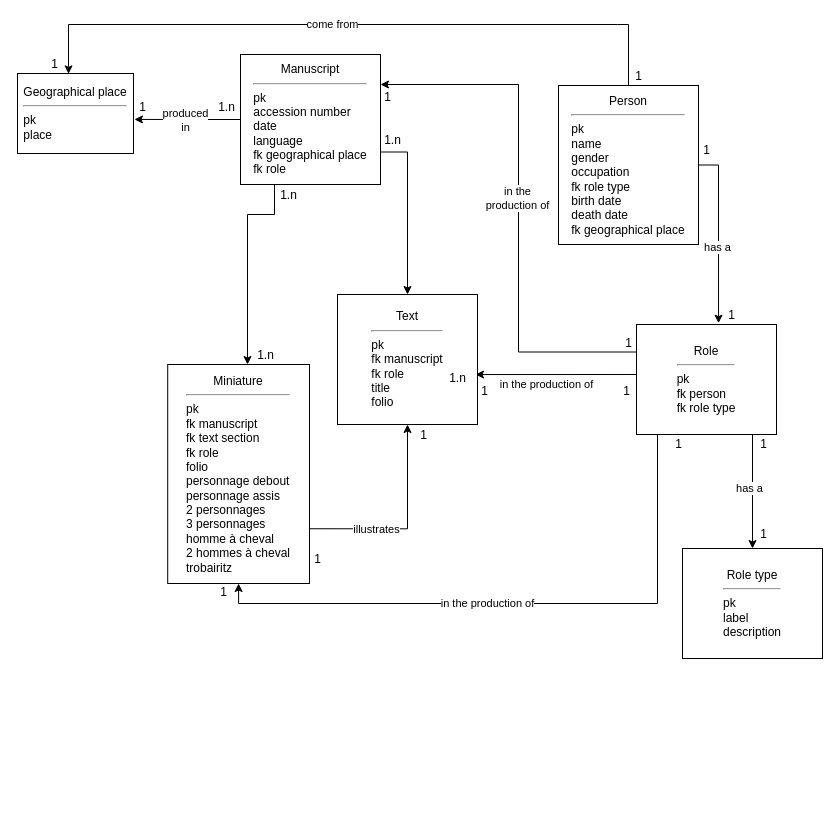
Earlier version of the draw.io diagram trobairitz.drawio (ellieiri/enluminures_trobairitz). Source tidied: cells renumbered, new cells numbered last; positions are measured from the earlier drawing's top-left corner, leaving out a move shared by most shapes. Both pictures are drawn from the tidied source at 100%, with x=0, y=0 at pixel (17, 24).
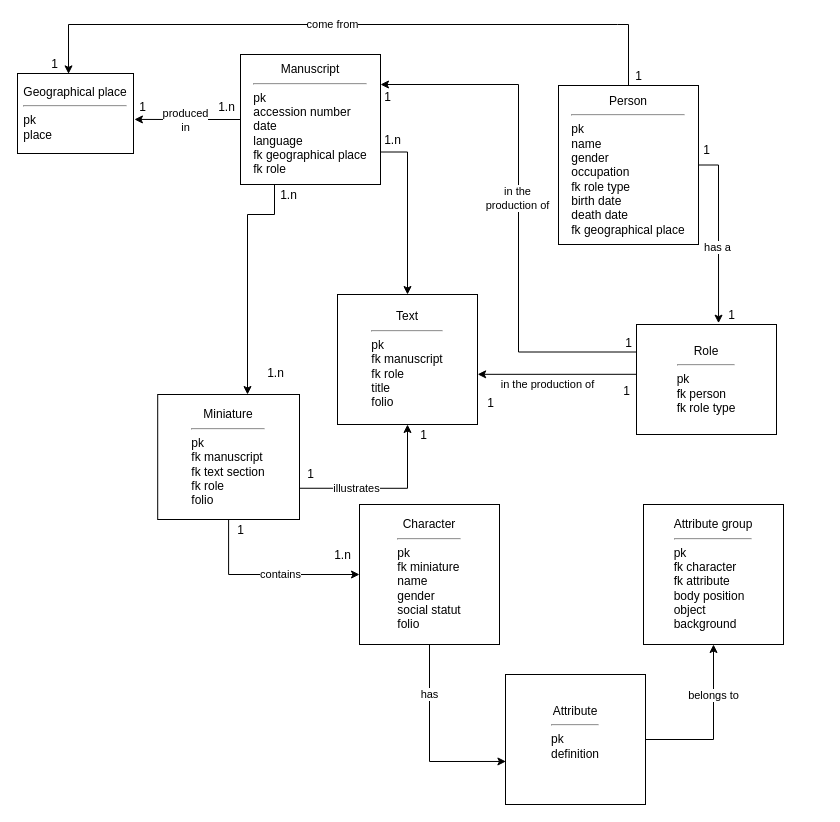
Above is the later version.

Commit message:
Mettre à jour trobairitz.drawio

Unchanged cells that the change refers to:
```xml
<mxCell id="14" value="&lt;div&gt;Role&lt;br&gt;&lt;/div&gt;&lt;div&gt;&lt;hr&gt;&lt;/div&gt;&lt;div align=&quot;left&quot;&gt;pk&lt;/div&gt;&lt;div align=&quot;left&quot;&gt;fk person&lt;/div&gt;&lt;div align=&quot;left&quot;&gt;fk role type&lt;br&gt;&lt;/div&gt;" style="rounded=0;whiteSpace=wrap;html=1;" parent="1" vertex="1">
  <mxGeometry x="619" y="300" width="140" height="110" as="geometry" />
</mxCell>
<mxCell id="18" value="&lt;div align=&quot;center&quot;&gt;Text&lt;/div&gt;&lt;div align=&quot;center&quot;&gt;&lt;hr&gt;&lt;/div&gt;&lt;div align=&quot;left&quot;&gt;pk&lt;/div&gt;&lt;div align=&quot;left&quot;&gt;fk manuscript&lt;br&gt;&lt;/div&gt;&lt;div align=&quot;left&quot;&gt;fk role&lt;br&gt;&lt;/div&gt;&lt;div align=&quot;left&quot;&gt;title&lt;/div&gt;&lt;div align=&quot;left&quot;&gt;folio&lt;/div&gt;" style="rounded=0;whiteSpace=wrap;html=1;align=center;" parent="1" vertex="1">
  <mxGeometry x="320" y="270" width="140" height="130" as="geometry" />
</mxCell>
```

Diff of the diagram source:
```diff
@@
-    <mxCell id="7" style="edgeStyle=orthogonalEdgeStyle;rounded=0;jettySize=auto;html=1;exitX=0.75;exitY=1;exitDx=0;exitDy=0;entryX=0.5;entryY=0;entryDx=0;entryDy=0;" parent="1" edge="1" source="14" target="26">
-      <mxGeometry relative="1" as="geometry">
-        <Array as="points">
-          <mxPoint x="735" y="410" />
-        </Array>
-      </mxGeometry>
-    </mxCell>
-    <mxCell id="8" value="has a" style="edgeLabel;html=1;align=center;verticalAlign=middle;" parent="7" vertex="1">
-      <mxGeometry x="-0.59" y="3" relative="1" as="geometry">
-        <mxPoint x="-7" y="38" as="offset" />
-      </mxGeometry>
-    </mxCell>
@@
-    <mxCell id="11" style="edgeStyle=orthogonalEdgeStyle;rounded=0;jettySize=auto;html=1;exitX=0.25;exitY=1;exitDx=0;exitDy=0;entryX=0.5;entryY=1;entryDx=0;entryDy=0;" parent="1" edge="1" source="14" target="17">
-      <mxGeometry relative="1" as="geometry">
-        <Array as="points">
-          <mxPoint x="640" y="410" />
-          <mxPoint x="640" y="579" />
-          <mxPoint x="221" y="579" />
-        </Array>
-      </mxGeometry>
-    </mxCell>
-    <mxCell id="12" value="in the production of" style="edgeLabel;html=1;align=center;verticalAlign=middle;" parent="11" vertex="1">
-      <mxGeometry x="0.14" y="-1" relative="1" as="geometry" />
-    </mxCell>
-    <mxCell id="13" value="in the production of" style="edgeStyle=orthogonalEdgeStyle;rounded=0;jettySize=auto;html=1;exitX=0.01;exitY=0.702;exitDx=0;exitDy=0;exitPerimeter=0;entryX=0.95;entryY=0.368;entryDx=0;entryDy=0;entryPerimeter=0;" parent="1" edge="1" target="25">
+    <mxCell id="13" value="in the production of" style="edgeStyle=orthogonalEdgeStyle;rounded=0;jettySize=auto;html=1;exitX=0.01;exitY=0.702;exitDx=0;exitDy=0;exitPerimeter=0;entryX=1.001;entryY=0.614;entryDx=0;entryDy=0;entryPerimeter=0;" parent="1" edge="1" target="18">
       <mxGeometry x="0.13" y="10" relative="1" as="geometry">
         <mxPoint x="619" y="348.2" as="sourcePoint" />
         <Array as="points">
           <mxPoint x="619" y="350" />
         </Array>
       </mxGeometry>
     </mxCell>
@@
+    <mxCell id="46" style="edgeStyle=orthogonalEdgeStyle;rounded=0;jettySize=auto;html=1;entryX=0;entryY=0.5;entryDx=0;entryDy=0;exitX=0.5;exitY=1;exitDx=0;exitDy=0;" parent="1" edge="1" source="17" target="52">
+      <mxGeometry relative="1" as="geometry" />
+    </mxCell>
+    <mxCell id="47" value="contains" style="edgeLabel;html=1;align=center;verticalAlign=middle;" parent="46" vertex="1">
+      <mxGeometry x="0.14" y="-5" relative="1" as="geometry">
+        <mxPoint y="-6" as="offset" />
+      </mxGeometry>
+    </mxCell>
-    <mxCell id="17" value="&lt;div&gt;Miniature&lt;br&gt;&lt;/div&gt;&lt;div&gt;&lt;hr&gt;&lt;/div&gt;&lt;div align=&quot;left&quot;&gt;pk&lt;/div&gt;&lt;div align=&quot;left&quot;&gt;fk manuscript&lt;/div&gt;&lt;div align=&quot;left&quot;&gt;fk text section&lt;/div&gt;&lt;div align=&quot;left&quot;&gt;fk role&lt;br&gt;&lt;/div&gt;&lt;div align=&quot;left&quot;&gt;folio&lt;/div&gt;&lt;div align=&quot;left&quot;&gt;personnage debout&lt;/div&gt;&lt;div align=&quot;left&quot;&gt;personnage assis&lt;/div&gt;&lt;div align=&quot;left&quot;&gt;2 personnages&lt;/div&gt;&lt;div align=&quot;left&quot;&gt;3 personnages&lt;/div&gt;&lt;div align=&quot;left&quot;&gt;homme à cheval&lt;/div&gt;&lt;div align=&quot;left&quot;&gt;2 hommes à cheval&lt;br&gt;&lt;/div&gt;&lt;div align=&quot;left&quot;&gt;trobairitz&lt;br&gt;&lt;/div&gt;" style="rounded=0;whiteSpace=wrap;html=1;" parent="1" vertex="1">
-      <mxGeometry x="150.2" y="340" width="141.8" height="219" as="geometry" />
+    <mxCell id="17" value="&lt;div&gt;Miniature&lt;br&gt;&lt;/div&gt;&lt;div&gt;&lt;hr&gt;&lt;/div&gt;&lt;div align=&quot;left&quot;&gt;pk&lt;/div&gt;&lt;div align=&quot;left&quot;&gt;fk manuscript&lt;/div&gt;&lt;div align=&quot;left&quot;&gt;fk text section&lt;/div&gt;&lt;div align=&quot;left&quot;&gt;fk role&lt;br&gt;&lt;/div&gt;&lt;div align=&quot;left&quot;&gt;folio&lt;/div&gt;" style="rounded=0;whiteSpace=wrap;html=1;" parent="1" vertex="1">
+      <mxGeometry x="140.2" y="370" width="141.8" height="125" as="geometry" />
     </mxCell>
@@
     <mxCell id="22" value="1.n" style="text;html=1;align=center;verticalAlign=middle;strokeColor=none;fillColor=none;" parent="1" vertex="1">
-      <mxGeometry x="228" y="316" width="40" height="30" as="geometry" />
+      <mxGeometry x="238" y="334" width="40" height="30" as="geometry" />
     </mxCell>
@@
-    <mxCell id="25" value="1.n" style="text;html=1;align=center;verticalAlign=middle;points=[];strokeColor=none;fillColor=none;" parent="1" vertex="1">
-      <mxGeometry x="420" y="339" width="40" height="30" as="geometry" />
-    </mxCell>
-    <mxCell id="26" value="&lt;div&gt;Role type&lt;br&gt;&lt;/div&gt;&lt;div&gt;&lt;hr&gt;&lt;/div&gt;&lt;div align=&quot;left&quot;&gt;pk&lt;br&gt;&lt;/div&gt;&lt;div align=&quot;left&quot;&gt;label&lt;/div&gt;&lt;div align=&quot;left&quot;&gt;description&lt;br&gt;&lt;/div&gt;" style="rounded=0;whiteSpace=wrap;html=1;" parent="1" vertex="1">
-      <mxGeometry x="665" y="524" width="140" height="110" as="geometry" />
-    </mxCell>
@@
     <mxCell id="31" value="1" style="text;html=1;align=center;verticalAlign=middle;strokeColor=none;fillColor=none;" parent="1" vertex="1">
-      <mxGeometry x="452" y="352" width="30" height="30" as="geometry" />
+      <mxGeometry x="458" y="364" width="30" height="30" as="geometry" />
     </mxCell>
-    <mxCell id="32" value="1" style="text;html=1;align=center;verticalAlign=middle;strokeColor=none;fillColor=none;" parent="1" vertex="1">
-      <mxGeometry x="731" y="495" width="30" height="30" as="geometry" />
-    </mxCell>
-    <mxCell id="33" value="1" style="text;html=1;align=center;verticalAlign=middle;strokeColor=none;fillColor=none;" parent="1" vertex="1">
-      <mxGeometry x="731" y="405" width="30" height="30" as="geometry" />
-    </mxCell>
@@
-    <mxCell id="42" value="1" style="text;html=1;align=center;verticalAlign=middle;strokeColor=none;fillColor=none;" parent="1" vertex="1">
-      <mxGeometry x="191" y="553" width="30" height="30" as="geometry" />
-    </mxCell>
-    <mxCell id="43" value="1" style="text;html=1;align=center;verticalAlign=middle;strokeColor=none;fillColor=none;" parent="1" vertex="1">
-      <mxGeometry x="646" y="405" width="30" height="30" as="geometry" />
-    </mxCell>
     <mxCell id="44" value="1" style="text;html=1;align=center;verticalAlign=middle;strokeColor=none;fillColor=none;" parent="1" vertex="1">
-      <mxGeometry x="285" y="520" width="30" height="30" as="geometry" />
+      <mxGeometry x="278" y="435" width="30" height="30" as="geometry" />
     </mxCell>
@@
+    <mxCell id="48" style="edgeStyle=orthogonalEdgeStyle;rounded=0;jettySize=auto;html=1;exitX=1;exitY=0.5;exitDx=0;exitDy=0;" parent="1" edge="1" source="50" target="53">
+      <mxGeometry relative="1" as="geometry" />
+    </mxCell>
+    <mxCell id="49" value="belongs to" style="edgeLabel;html=1;align=center;verticalAlign=middle;" parent="48" vertex="1">
+      <mxGeometry x="0.39" y="1" relative="1" as="geometry" />
+    </mxCell>
+    <mxCell id="50" value="&lt;div align=&quot;center&quot;&gt;Attribute&lt;/div&gt;&lt;div align=&quot;center&quot;&gt;&lt;hr&gt;&lt;/div&gt;&lt;div align=&quot;left&quot;&gt;pk&lt;/div&gt;&lt;div align=&quot;left&quot;&gt;definition&lt;br&gt;&lt;/div&gt;&lt;div align=&quot;left&quot;&gt;&lt;br&gt;&lt;/div&gt;" style="rounded=0;whiteSpace=wrap;html=1;align=center;" parent="1" vertex="1">
+      <mxGeometry x="488" y="650" width="140" height="130" as="geometry" />
+    </mxCell>
+    <mxCell id="51" value="has" style="edgeStyle=orthogonalEdgeStyle;rounded=0;jettySize=auto;html=1;exitX=0.5;exitY=1;exitDx=0;exitDy=0;entryX=0.003;entryY=0.669;entryDx=0;entryDy=0;entryPerimeter=0;" parent="1" edge="1" source="52" target="50">
+      <mxGeometry x="-0.48" relative="1" as="geometry" />
+    </mxCell>
+    <mxCell id="52" value="&lt;div align=&quot;center&quot;&gt;Character&lt;br&gt;&lt;/div&gt;&lt;div align=&quot;center&quot;&gt;&lt;hr&gt;&lt;/div&gt;&lt;div align=&quot;left&quot;&gt;pk&lt;/div&gt;&lt;div align=&quot;left&quot;&gt;fk miniature&lt;br&gt;&lt;/div&gt;&lt;div align=&quot;left&quot;&gt;name&lt;/div&gt;&lt;div align=&quot;left&quot;&gt;gender&lt;/div&gt;&lt;div align=&quot;left&quot;&gt;social statut&lt;br&gt;&lt;/div&gt;&lt;div align=&quot;left&quot;&gt;folio&lt;br&gt;&lt;/div&gt;" style="rounded=0;whiteSpace=wrap;html=1;align=center;" parent="1" vertex="1">
+      <mxGeometry x="342" y="480" width="140" height="140" as="geometry" />
+    </mxCell>
+    <mxCell id="53" value="&lt;div align=&quot;center&quot;&gt;Attribute group&lt;br&gt;&lt;/div&gt;&lt;div align=&quot;center&quot;&gt;&lt;hr&gt;&lt;/div&gt;&lt;div align=&quot;left&quot;&gt;pk&lt;/div&gt;&lt;div align=&quot;left&quot;&gt;fk character&lt;/div&gt;&lt;div align=&quot;left&quot;&gt;fk attribute&lt;br&gt;&lt;/div&gt;&lt;div align=&quot;left&quot;&gt;body position&lt;/div&gt;&lt;div align=&quot;left&quot;&gt;object&lt;/div&gt;&lt;div align=&quot;left&quot;&gt;background&lt;br&gt;&lt;/div&gt;" style="rounded=0;whiteSpace=wrap;html=1;align=center;" parent="1" vertex="1">
+      <mxGeometry x="626" y="480" width="140" height="140" as="geometry" />
+    </mxCell>
+    <mxCell id="54" value="1" style="text;html=1;align=center;verticalAlign=middle;strokeColor=none;fillColor=none;" parent="1" vertex="1">
+      <mxGeometry x="208" y="491" width="30" height="30" as="geometry" />
+    </mxCell>
+    <mxCell id="25" value="1.n" style="text;html=1;align=center;verticalAlign=middle;points=[];strokeColor=none;fillColor=none;" parent="1" vertex="1">
+      <mxGeometry x="305" y="516" width="40" height="30" as="geometry" />
+    </mxCell>
```
